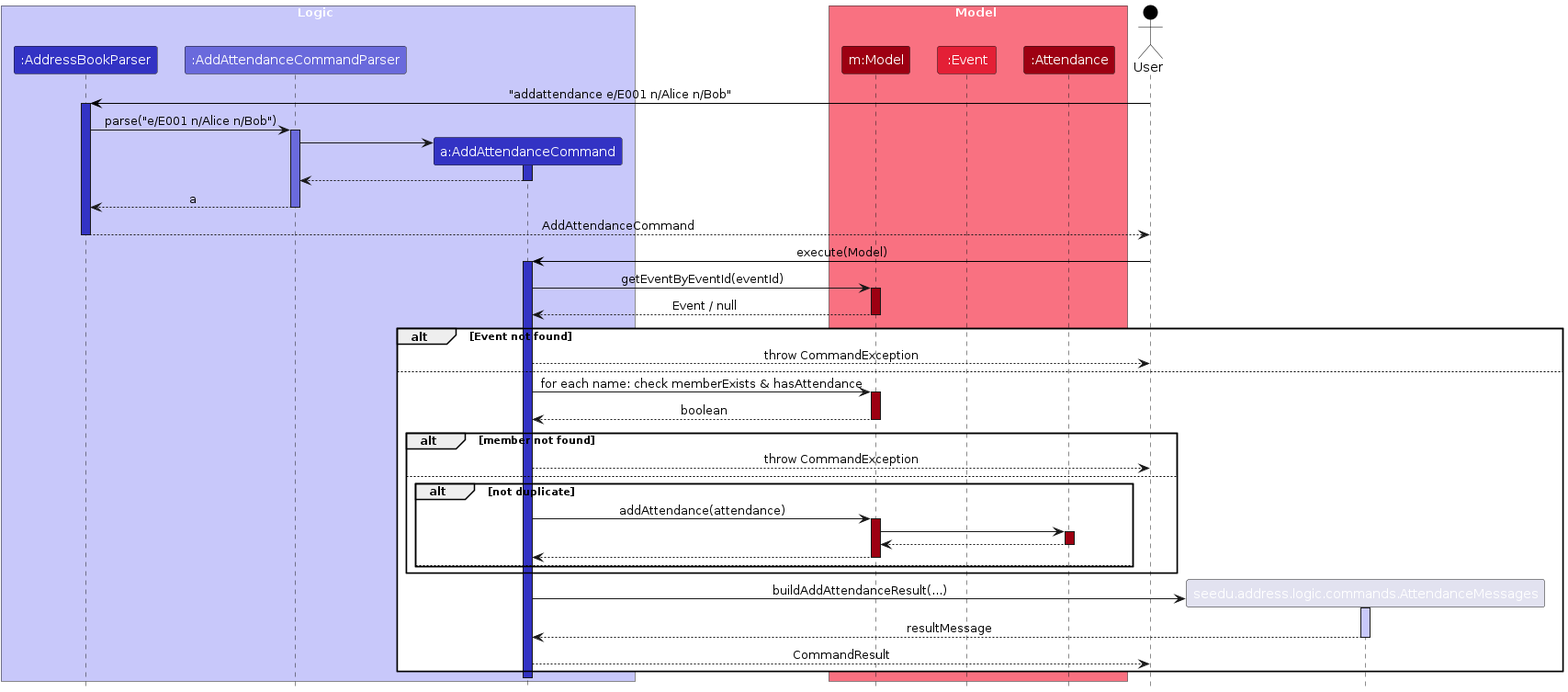
Above: diagrams/AttendanceSequenceDiagram.png in ZhuRong818/tp (PlantUML), before the change. Its source is kept beside it as diagrams/AttendanceSequenceDiagram.puml. The source it was exported from:
```plantuml
@startuml
!include style.puml
skinparam ArrowFontStyle plain

box Logic LOGIC_COLOR_T1
participant ":AddressBookParser" as AddressBookParser LOGIC_COLOR
participant ":AddAttendanceCommandParser" as Parser LOGIC_COLOR_T2
participant "a:AddAttendanceCommand" as AddAttendanceCommand LOGIC_COLOR
end box

box Model MODEL_COLOR_T1
participant "m:Model" as Model MODEL_COLOR
participant ":Event" as Event MODEL_COLOR_T2
participant ":Attendance" as Attendance MODEL_COLOR
end box

actor User USER_COLOR

User -[USER_COLOR]> AddressBookParser : "addattendance e/E001 n/Alice n/Bob"
activate AddressBookParser LOGIC_COLOR

AddressBookParser -> Parser : parse("e/E001 n/Alice n/Bob")
activate Parser LOGIC_COLOR_T2

create AddAttendanceCommand
Parser -> AddAttendanceCommand
activate AddAttendanceCommand LOGIC_COLOR

AddAttendanceCommand --> Parser
deactivate AddAttendanceCommand

Parser --> AddressBookParser : a
deactivate Parser

AddressBookParser --> User : AddAttendanceCommand
deactivate AddressBookParser

User -[USER_COLOR]> AddAttendanceCommand : execute(Model)
activate AddAttendanceCommand LOGIC_COLOR

AddAttendanceCommand -> Model : getEventByEventId(eventId)
activate Model MODEL_COLOR
Model --> AddAttendanceCommand : Event / null
deactivate Model

alt Event not found
    AddAttendanceCommand --> User : throw CommandException
else
    AddAttendanceCommand -> Model : for each name: check memberExists & hasAttendance
    activate Model MODEL_COLOR
    Model --> AddAttendanceCommand : boolean
    deactivate Model

    alt member not found
        AddAttendanceCommand --> User : throw CommandException
    else
        alt not duplicate
            AddAttendanceCommand -> Model : addAttendance(attendance)
            activate Model MODEL_COLOR
            Model -> Attendance
            activate Attendance MODEL_COLOR
            Attendance --> Model
            deactivate Attendance
            Model --> AddAttendanceCommand
            deactivate Model
        else
            note right: duplicate names are ignored
        end
    end

    create seedu.address.logic.commands.AttendanceMessages as Messages
    AddAttendanceCommand -> Messages : buildAddAttendanceResult(...)
    activate Messages LOGIC_COLOR_T1
    Messages --> AddAttendanceCommand : resultMessage
    deactivate Messages

    AddAttendanceCommand --> User : CommandResult
end
deactivate AddAttendanceCommand
@enduml
```
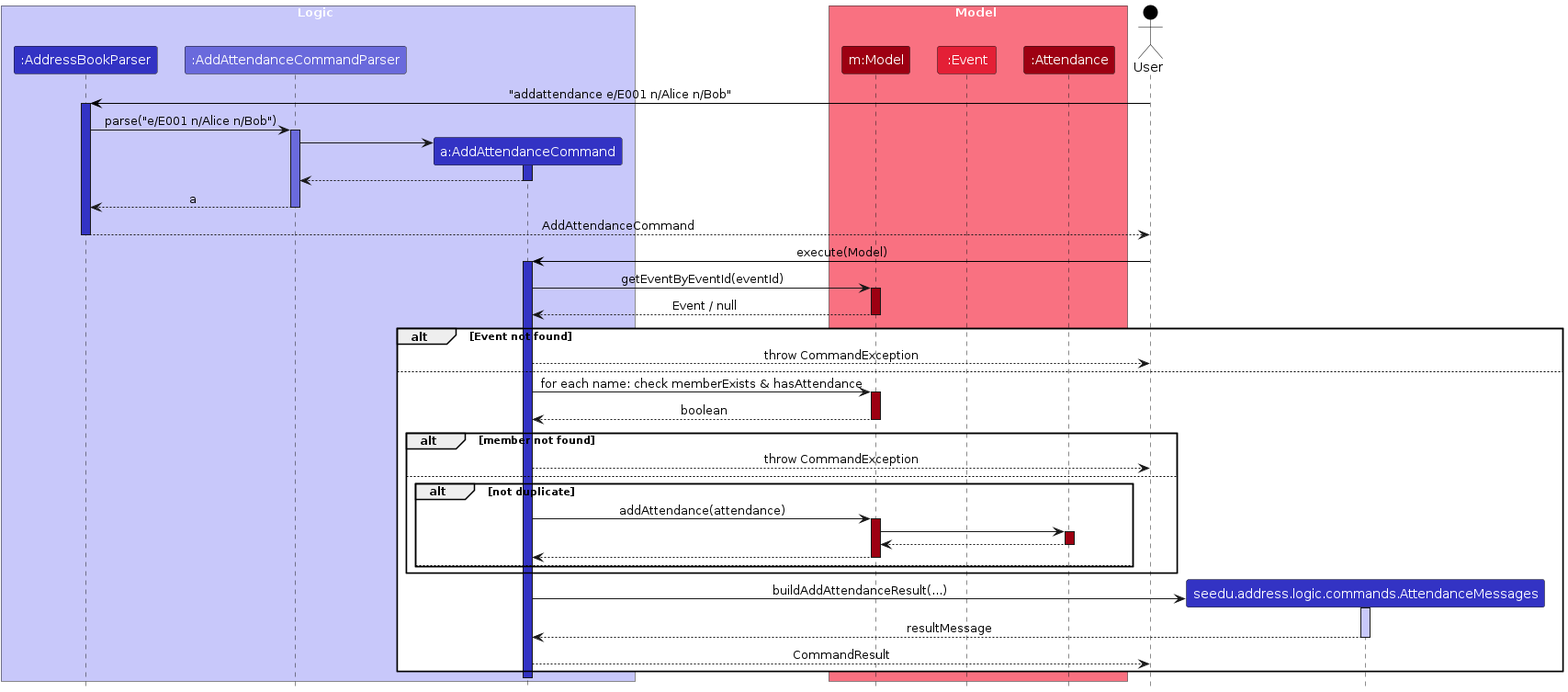
The same diagram one commit later.

Diff of the diagram source:
```diff
@@ -68,7 +68,7 @@
         end
     end
 
-    create seedu.address.logic.commands.AttendanceMessages as Messages
+    create "seedu.address.logic.commands.AttendanceMessages" as Messages LOGIC_COLOR
     AddAttendanceCommand -> Messages : buildAddAttendanceResult(...)
     activate Messages LOGIC_COLOR_T1
     Messages --> AddAttendanceCommand : resultMessage
```
